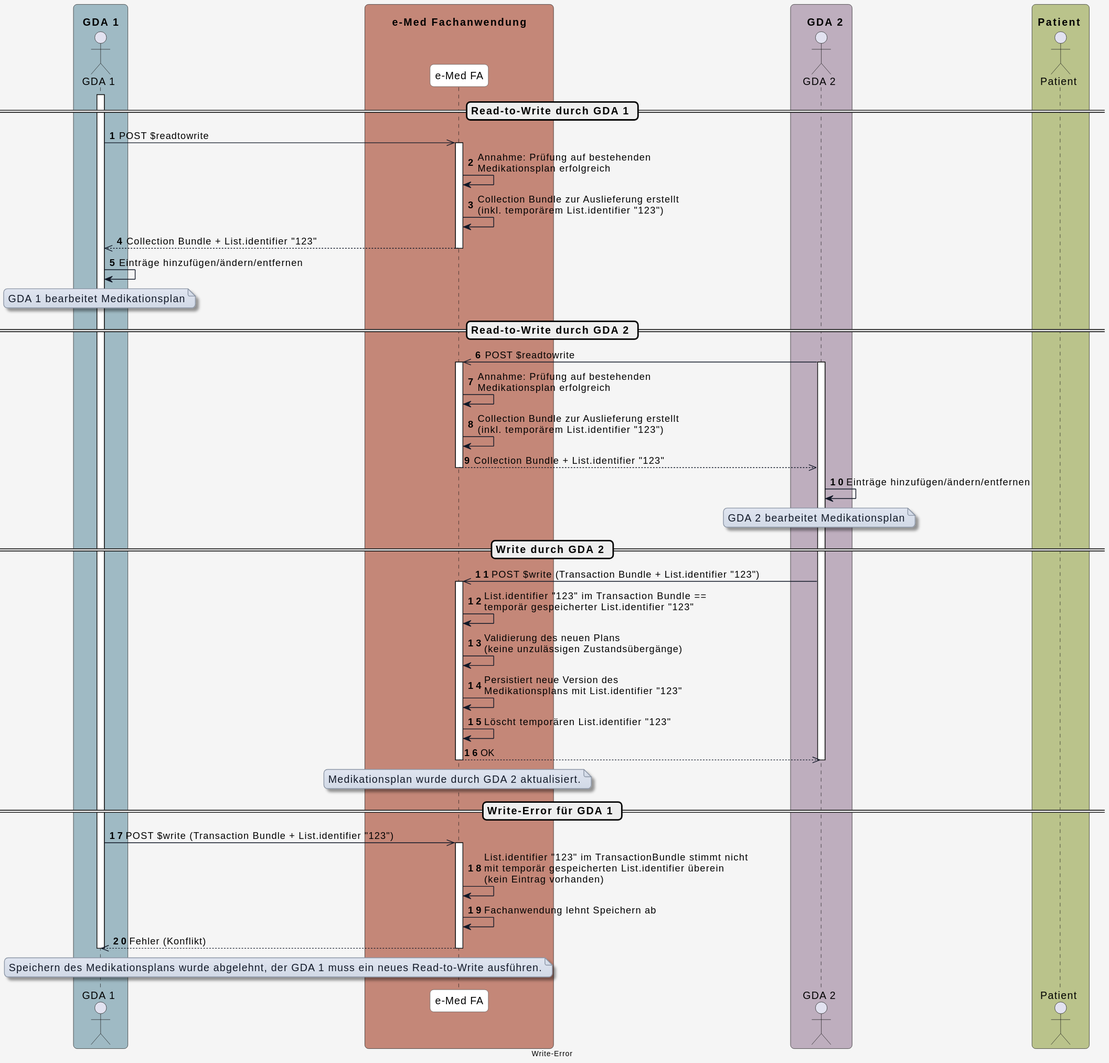
Earlier version of the PlantUML export r4-ELGA-e-Medikation-main/plantuml/diagram_write_error.svg (HL7Austria/hl7austria.github.io).
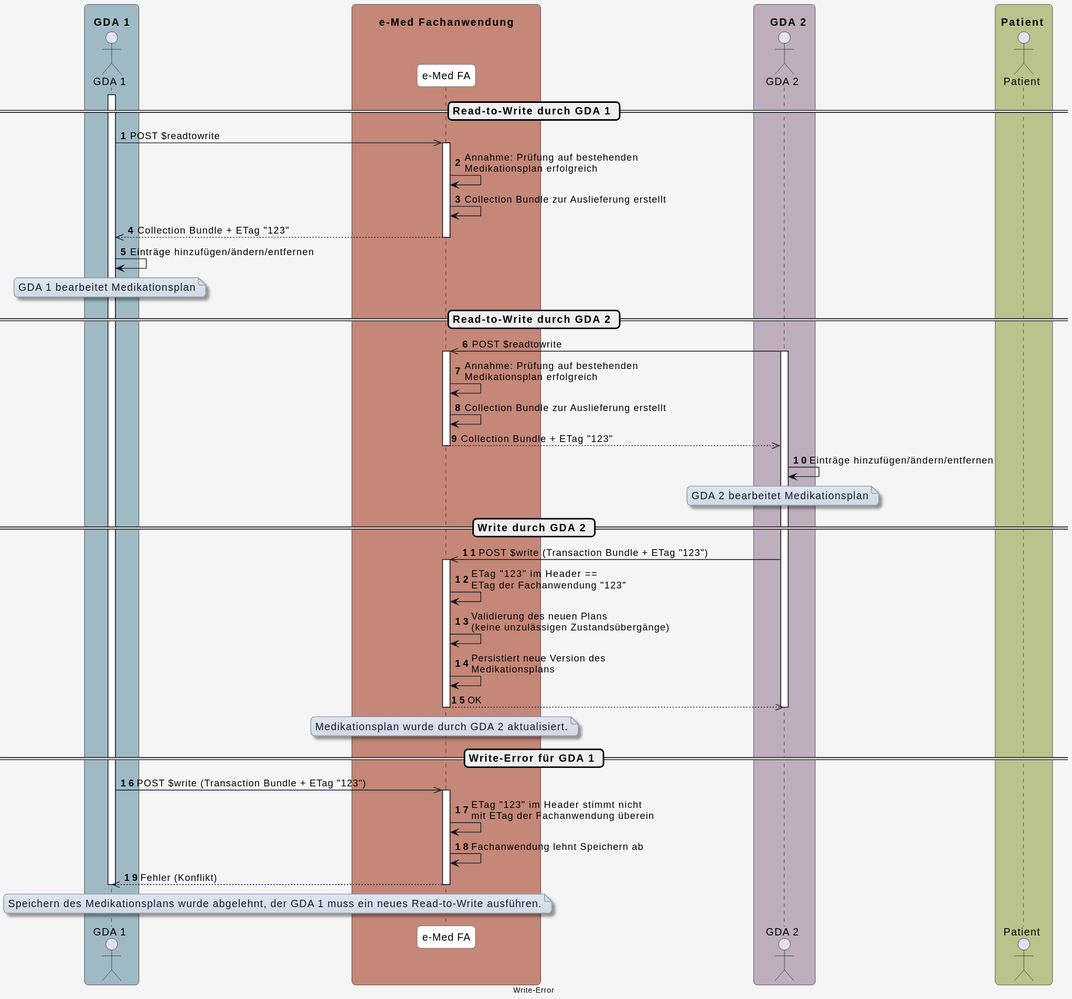
After the commit.

The edit, as a diff of the source:
```diff
@@ -64,9 +64,9 @@
 
 activate eMed_FA
 eMed_FA -> eMed_FA: Annahme: Prüfung auf bestehenden\nMedikationsplan erfolgreich
-eMed_FA -> eMed_FA: Collection Bundle zur Auslieferung erstellt\n(inkl. temporärem List.identifier "123")
+eMed_FA -> eMed_FA: Collection Bundle zur Auslieferung erstellt
 
-eMed_FA -->> GDA_1: Collection Bundle + List.identifier "123"
+eMed_FA -->> GDA_1: Collection Bundle + ETag "123"
 deactivate eMed_FA
 
 GDA_1 -> GDA_1: Einträge hinzufügen/ändern/entfernen
@@ -82,9 +82,9 @@
 
 activate eMed_FA
 eMed_FA -> eMed_FA: Annahme: Prüfung auf bestehenden\nMedikationsplan erfolgreich
-eMed_FA -> eMed_FA: Collection Bundle zur Auslieferung erstellt\n(inkl. temporärem List.identifier "123")
+eMed_FA -> eMed_FA: Collection Bundle zur Auslieferung erstellt
 
-eMed_FA -->> GDA_2: Collection Bundle + List.identifier "123"
+eMed_FA -->> GDA_2: Collection Bundle + ETag "123"
 deactivate eMed_FA
 
 GDA_2 -> GDA_2: Einträge hinzufügen/ändern/entfernen
@@ -95,13 +95,12 @@
 
 == Write durch GDA 2 ==
 
-GDA_2 ->> eMed_FA: POST $write (Transaction Bundle + List.identifier "123")
+GDA_2 ->> eMed_FA: POST $write (Transaction Bundle + ETag "123")
 
 activate eMed_FA
-eMed_FA -> eMed_FA: List.identifier "123" im Transaction Bundle ==\ntemporär gespeicherter List.identifier "123"
+eMed_FA -> eMed_FA: ETag "123" im Header ==\nETag der Fachanwendung "123"
 eMed_FA -> eMed_FA: Validierung des neuen Plans\n(keine unzulässigen Zustandsübergänge)
-eMed_FA -> eMed_FA: Persistiert neue Version des\nMedikationsplans mit List.identifier "123"
-eMed_FA -> eMed_FA: Löscht temporären List.identifier "123"
+eMed_FA -> eMed_FA: Persistiert neue Version des\nMedikationsplans
 eMed_FA -->> GDA_2: OK
 deactivate GDA_2
 
@@ -113,10 +112,10 @@
 
 == Write-Error für GDA 1 ==
 
-GDA_1 ->> eMed_FA: POST $write (Transaction Bundle + List.identifier "123")
+GDA_1 ->> eMed_FA: POST $write (Transaction Bundle + ETag "123")
 
 activate eMed_FA
-eMed_FA -> eMed_FA: List.identifier "123" im TransactionBundle stimmt nicht\nmit temporär gespeicherten List.identifier überein\n(kein Eintrag vorhanden)
+eMed_FA -> eMed_FA: ETag "123" im Header stimmt nicht\nmit ETag der Fachanwendung überein
 eMed_FA -> eMed_FA: Fachanwendung lehnt Speichern ab
 eMed_FA -->> GDA_1: Fehler (Konflikt)
 deactivate GDA_1
```
